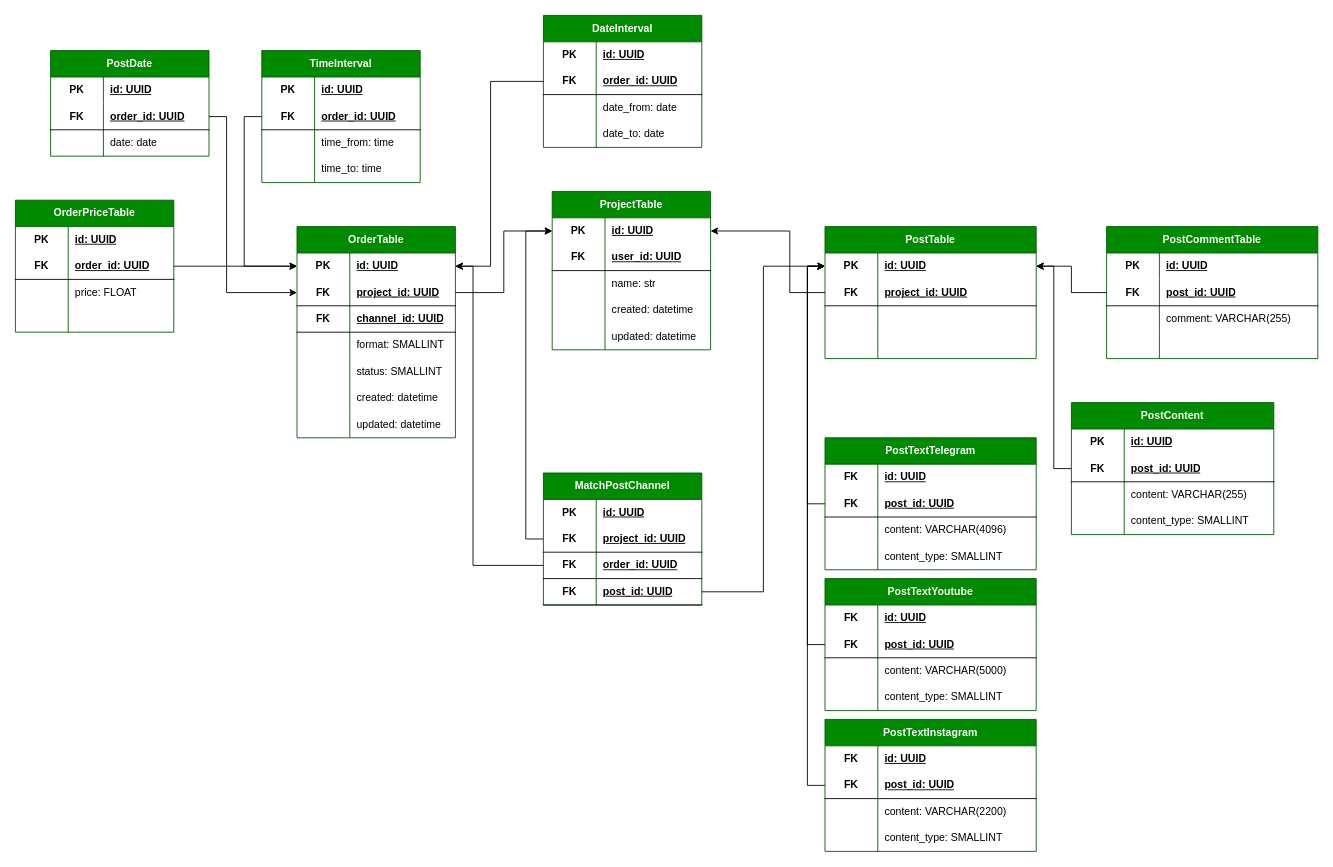
Above: page "order_database" (7 of 7) of Advertiser-Blogger.drawio in KmvRoman/Diagrams (draw.io), before the change. Source tidied: cells renumbered, new cells numbered last; positions are measured from the earlier drawing's top-left corner, leaving out a move shared by most shapes. Both pictures are drawn from the tidied source at 88%, with x=0, y=0 at pixel (15, 15).
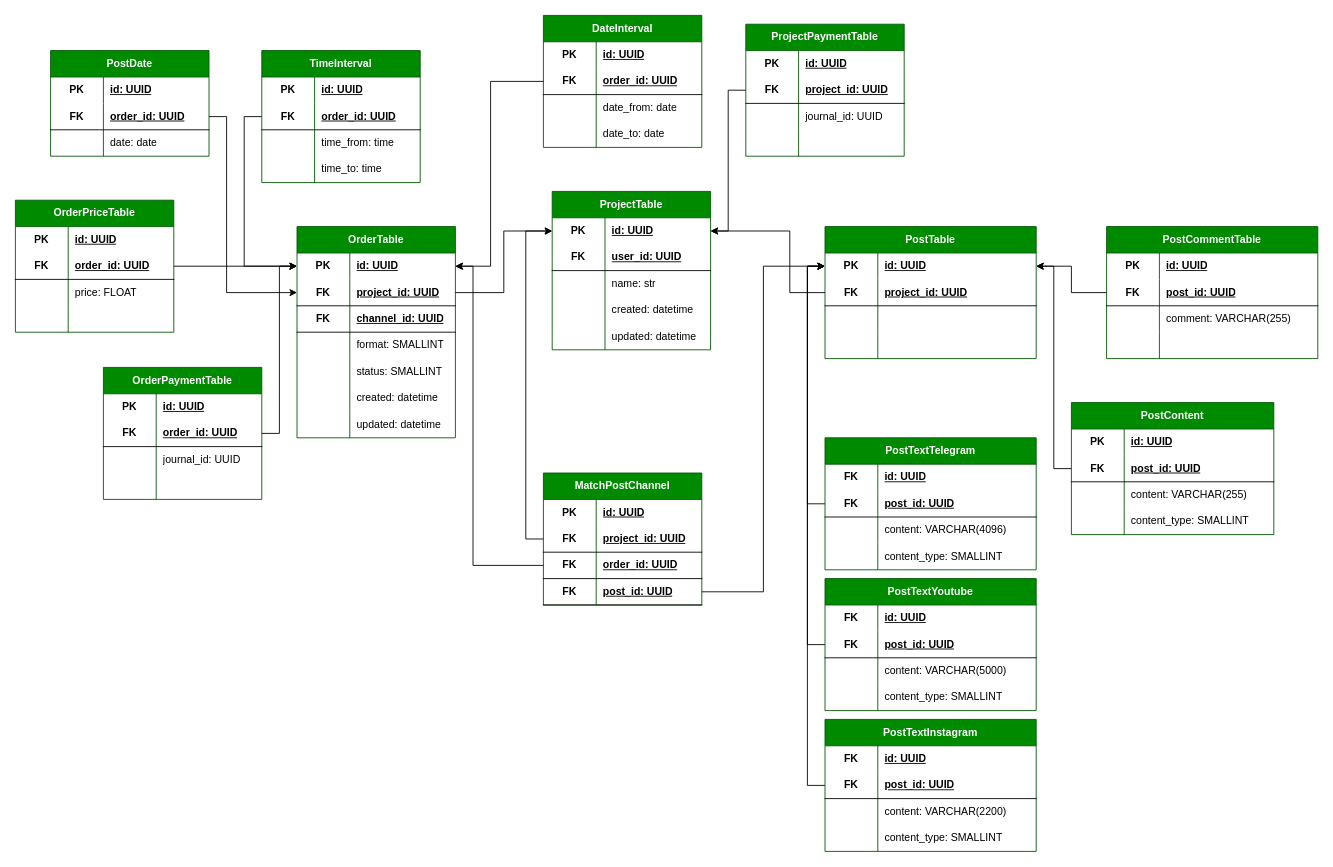
The same diagram, later.

The change refers to these unchanged cells:
```xml
<mxCell id="3" style="shape=tableRow;horizontal=0;startSize=0;swimlaneHead=0;swimlaneBody=0;fillColor=none;points=[[0,0.5],[1,0.5]];portConstraint=eastwest;top=0;left=0;right=0;bottom=0;html=1;" parent="2" vertex="1">
  <mxGeometry y="30" width="180" height="30" as="geometry" />
</mxCell>
<mxCell id="33" style="shape=tableRow;horizontal=0;startSize=0;swimlaneHead=0;swimlaneBody=0;fillColor=none;points=[[0,0.5],[1,0.5]];portConstraint=eastwest;top=0;left=0;right=0;bottom=0;html=1;" parent="32" vertex="1">
  <mxGeometry y="30" width="180" height="30" as="geometry" />
</mxCell>
```

Diff of the diagram source:
```diff
@@
+    <mxCell id="194" value="ProjectPaymentTable" style="shape=table;startSize=30;childLayout=tableLayout;rowLines=0;fontStyle=1;align=center;html=1;whiteSpace=wrap;fillColor=#008a00;fontColor=#ffffff;strokeColor=#005700;" parent="1" vertex="1">
+      <mxGeometry x="830" y="10" width="180" height="150" as="geometry" />
+    </mxCell>
+    <mxCell id="195" style="shape=tableRow;horizontal=0;startSize=0;swimlaneHead=0;swimlaneBody=0;fillColor=none;top=0;left=0;right=0;bottom=0;html=1;" parent="194" vertex="1">
+      <mxGeometry y="30" width="180" height="30" as="geometry" />
+    </mxCell>
+    <mxCell id="196" value="PK" style="shape=partialRectangle;fillColor=none;top=0;left=0;bottom=0;right=0;fontStyle=1;overflow=hidden;html=1;whiteSpace=wrap;" parent="195" vertex="1">
+      <mxGeometry width="60" height="30" as="geometry" />
+    </mxCell>
+    <mxCell id="197" value="id: UUID" style="shape=partialRectangle;fillColor=none;top=0;left=0;bottom=0;right=0;align=left;spacingLeft=6;fontStyle=5;overflow=hidden;html=1;whiteSpace=wrap;" parent="195" vertex="1">
+      <mxGeometry x="60" width="120" height="30" as="geometry" />
+    </mxCell>
+    <mxCell id="198" style="shape=tableRow;horizontal=0;startSize=0;swimlaneHead=0;swimlaneBody=0;fillColor=none;points=[[0,0.5],[1,0.5]];portConstraint=eastwest;top=0;left=0;right=0;bottom=1;html=1;" parent="194" vertex="1">
+      <mxGeometry y="60" width="180" height="30" as="geometry" />
+    </mxCell>
+    <mxCell id="199" value="FK" style="shape=partialRectangle;fillColor=none;top=0;left=0;bottom=0;right=0;fontStyle=1;overflow=hidden;html=1;whiteSpace=wrap;" parent="198" vertex="1">
+      <mxGeometry width="60" height="30" as="geometry" />
+    </mxCell>
+    <mxCell id="200" value="project_id: UUID" style="shape=partialRectangle;fillColor=none;top=0;left=0;bottom=0;right=0;align=left;spacingLeft=6;fontStyle=5;overflow=hidden;html=1;whiteSpace=wrap;" parent="198" vertex="1">
+      <mxGeometry x="60" width="120" height="30" as="geometry" />
+    </mxCell>
+    <mxCell id="201" style="shape=tableRow;horizontal=0;startSize=0;swimlaneHead=0;swimlaneBody=0;fillColor=none;top=0;left=0;right=0;bottom=0;html=1;" parent="194" vertex="1">
+      <mxGeometry y="90" width="180" height="30" as="geometry" />
+    </mxCell>
+    <mxCell id="202" style="shape=partialRectangle;fillColor=none;top=0;left=0;bottom=0;right=0;overflow=hidden;html=1;whiteSpace=wrap;" parent="201" vertex="1">
+      <mxGeometry width="60" height="30" as="geometry" />
+    </mxCell>
+    <mxCell id="203" value="journal_id: UUID" style="shape=partialRectangle;fillColor=none;top=0;left=0;bottom=0;right=0;align=left;spacingLeft=6;overflow=hidden;html=1;whiteSpace=wrap;" parent="201" vertex="1">
+      <mxGeometry x="60" width="120" height="30" as="geometry" />
+    </mxCell>
+    <mxCell id="204" style="shape=tableRow;horizontal=0;startSize=0;swimlaneHead=0;swimlaneBody=0;fillColor=none;top=0;left=0;right=0;bottom=0;html=1;" parent="194" vertex="1">
+      <mxGeometry y="120" width="180" height="30" as="geometry" />
+    </mxCell>
+    <mxCell id="205" style="shape=partialRectangle;fillColor=none;top=0;left=0;bottom=0;right=0;overflow=hidden;html=1;whiteSpace=wrap;" parent="204" vertex="1">
+      <mxGeometry width="60" height="30" as="geometry" />
+    </mxCell>
+    <mxCell id="206" style="shape=partialRectangle;fillColor=none;top=0;left=0;bottom=0;right=0;align=left;spacingLeft=6;overflow=hidden;html=1;whiteSpace=wrap;" parent="204" vertex="1">
+      <mxGeometry x="60" width="120" height="30" as="geometry" />
+    </mxCell>
+    <mxCell id="207" style="edgeStyle=orthogonalEdgeStyle;rounded=0;jettySize=auto;html=1;entryX=1;entryY=0.5;entryDx=0;entryDy=0;exitX=0;exitY=0.5;exitDx=0;exitDy=0;" parent="1" edge="1" source="198" target="3">
+      <mxGeometry relative="1" as="geometry" />
+    </mxCell>
+    <mxCell id="208" value="OrderPaymentTable" style="shape=table;startSize=30;childLayout=tableLayout;rowLines=0;fontStyle=1;align=center;html=1;whiteSpace=wrap;fillColor=#008a00;fontColor=#ffffff;strokeColor=#005700;" parent="1" vertex="1">
+      <mxGeometry x="100" y="400" width="180" height="150" as="geometry" />
+    </mxCell>
+    <mxCell id="209" style="shape=tableRow;horizontal=0;startSize=0;swimlaneHead=0;swimlaneBody=0;fillColor=none;top=0;left=0;right=0;bottom=0;html=1;" parent="208" vertex="1">
+      <mxGeometry y="30" width="180" height="30" as="geometry" />
+    </mxCell>
+    <mxCell id="210" value="PK" style="shape=partialRectangle;fillColor=none;top=0;left=0;bottom=0;right=0;fontStyle=1;overflow=hidden;html=1;whiteSpace=wrap;" parent="209" vertex="1">
+      <mxGeometry width="60" height="30" as="geometry" />
+    </mxCell>
+    <mxCell id="211" value="id: UUID" style="shape=partialRectangle;fillColor=none;top=0;left=0;bottom=0;right=0;align=left;spacingLeft=6;fontStyle=5;overflow=hidden;html=1;whiteSpace=wrap;" parent="209" vertex="1">
+      <mxGeometry x="60" width="120" height="30" as="geometry" />
+    </mxCell>
+    <mxCell id="212" style="shape=tableRow;horizontal=0;startSize=0;swimlaneHead=0;swimlaneBody=0;fillColor=none;points=[[0,0.5],[1,0.5]];portConstraint=eastwest;top=0;left=0;right=0;bottom=1;html=1;" parent="208" vertex="1">
+      <mxGeometry y="60" width="180" height="30" as="geometry" />
+    </mxCell>
+    <mxCell id="213" value="FK" style="shape=partialRectangle;fillColor=none;top=0;left=0;bottom=0;right=0;fontStyle=1;overflow=hidden;html=1;whiteSpace=wrap;" parent="212" vertex="1">
+      <mxGeometry width="60" height="30" as="geometry" />
+    </mxCell>
+    <mxCell id="214" value="order_id: UUID" style="shape=partialRectangle;fillColor=none;top=0;left=0;bottom=0;right=0;align=left;spacingLeft=6;fontStyle=5;overflow=hidden;html=1;whiteSpace=wrap;" parent="212" vertex="1">
+      <mxGeometry x="60" width="120" height="30" as="geometry" />
+    </mxCell>
+    <mxCell id="215" style="shape=tableRow;horizontal=0;startSize=0;swimlaneHead=0;swimlaneBody=0;fillColor=none;top=0;left=0;right=0;bottom=0;html=1;" parent="208" vertex="1">
+      <mxGeometry y="90" width="180" height="30" as="geometry" />
+    </mxCell>
+    <mxCell id="216" style="shape=partialRectangle;fillColor=none;top=0;left=0;bottom=0;right=0;overflow=hidden;html=1;whiteSpace=wrap;" parent="215" vertex="1">
+      <mxGeometry width="60" height="30" as="geometry" />
+    </mxCell>
+    <mxCell id="217" value="journal_id: UUID" style="shape=partialRectangle;fillColor=none;top=0;left=0;bottom=0;right=0;align=left;spacingLeft=6;overflow=hidden;html=1;whiteSpace=wrap;" parent="215" vertex="1">
+      <mxGeometry x="60" width="120" height="30" as="geometry" />
+    </mxCell>
+    <mxCell id="218" style="shape=tableRow;horizontal=0;startSize=0;swimlaneHead=0;swimlaneBody=0;fillColor=none;top=0;left=0;right=0;bottom=0;html=1;" parent="208" vertex="1">
+      <mxGeometry y="120" width="180" height="30" as="geometry" />
+    </mxCell>
+    <mxCell id="219" style="shape=partialRectangle;fillColor=none;top=0;left=0;bottom=0;right=0;overflow=hidden;html=1;whiteSpace=wrap;" parent="218" vertex="1">
+      <mxGeometry width="60" height="30" as="geometry" />
+    </mxCell>
+    <mxCell id="220" style="shape=partialRectangle;fillColor=none;top=0;left=0;bottom=0;right=0;align=left;spacingLeft=6;overflow=hidden;html=1;whiteSpace=wrap;" parent="218" vertex="1">
+      <mxGeometry x="60" width="120" height="30" as="geometry" />
+    </mxCell>
+    <mxCell id="221" style="edgeStyle=orthogonalEdgeStyle;rounded=0;jettySize=auto;html=1;entryX=0;entryY=0.5;entryDx=0;entryDy=0;exitX=1;exitY=0.5;exitDx=0;exitDy=0;" parent="1" edge="1" source="212" target="33">
+      <mxGeometry relative="1" as="geometry" />
+    </mxCell>
```
